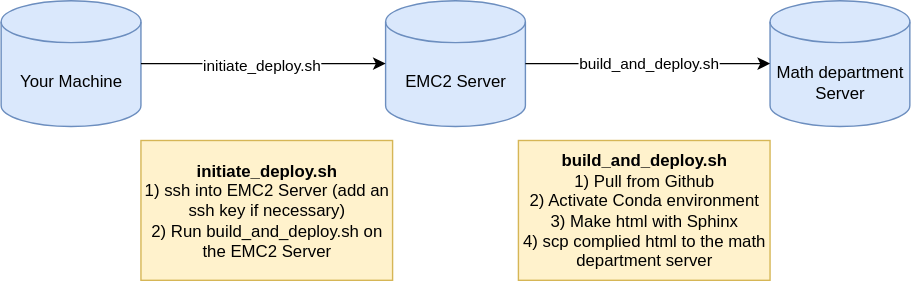
The draw.io diagram config/deployment.svg in millerk22/emc2-labs, before a commit. Source tidied: cells renumbered, new cells last; positions are measured from the earlier drawing's top-left corner, leaving out a move shared by most shapes. Its diagram source:
```xml
<mxGraphModel>
  <root>
    <mxCell id="0" />
    <mxCell id="1" parent="0" />
    <mxCell id="2" value="Math department Server" style="shape=cylinder3;whiteSpace=wrap;html=1;boundedLbl=1;backgroundOutline=1;size=15;fillColor=#dae8fc;strokeColor=#6c8ebf;" parent="1" vertex="1">
      <mxGeometry x="550" width="100" height="90" as="geometry" />
    </mxCell>
    <mxCell id="3" value="EMC2 Server" style="shape=cylinder3;whiteSpace=wrap;html=1;boundedLbl=1;backgroundOutline=1;size=15;fillColor=#dae8fc;strokeColor=#6c8ebf;" parent="1" vertex="1">
      <mxGeometry x="275" width="100" height="90" as="geometry" />
    </mxCell>
    <mxCell id="4" value="Your Machine" style="shape=cylinder3;whiteSpace=wrap;html=1;boundedLbl=1;backgroundOutline=1;size=15;fillColor=#dae8fc;strokeColor=#6c8ebf;" parent="1" vertex="1">
      <mxGeometry width="100" height="90" as="geometry" />
    </mxCell>
    <mxCell id="5" style="endArrow=classic;html=1;rounded=0;" parent="1" edge="1" source="4" target="3">
      <mxGeometry relative="1" as="geometry" />
    </mxCell>
    <mxCell id="6" value="initiate_deploy.sh" style="edgeLabel;html=1;align=center;verticalAlign=middle;" parent="5" vertex="1">
      <mxGeometry x="-0.03" relative="1" as="geometry" />
    </mxCell>
    <mxCell id="7" value="build_and_deploy.sh" style="endArrow=classic;html=1;rounded=0;" parent="1" edge="1" source="3" target="2">
      <mxGeometry relative="1" as="geometry" />
    </mxCell>
    <mxCell id="8" value="&lt;div&gt;&lt;b&gt;initiate_deploy.sh&lt;/b&gt;&lt;/div&gt;1) ssh into EMC2 Server&amp;nbsp;&lt;span style=&quot;background-color: transparent; color: light-dark(rgb(0, 0, 0), rgb(255, 255, 255));&quot;&gt;(add an ssh key if necessary)&lt;/span&gt;&lt;div&gt;2) Run build_and_deploy.sh on the EMC2 Server&lt;/div&gt;" style="rounded=0;whiteSpace=wrap;html=1;fillColor=#fff2cc;strokeColor=#d6b656;" parent="1" vertex="1">
      <mxGeometry x="100" y="100" width="180" height="100" as="geometry" />
    </mxCell>
    <mxCell id="9" value="&lt;div&gt;&lt;b style=&quot;&quot;&gt;build_and_deploy.sh&lt;/b&gt;&lt;/div&gt;&lt;div&gt;1) Pull from Github&lt;/div&gt;2) Activate Conda environment&lt;div&gt;3) Make html with Sphinx&lt;/div&gt;&lt;div&gt;4) scp complied html to the math department server&lt;/div&gt;" style="rounded=0;whiteSpace=wrap;html=1;fillColor=#fff2cc;strokeColor=#d6b656;" parent="1" vertex="1">
      <mxGeometry x="370" y="100" width="180" height="100" as="geometry" />
    </mxCell>
  </root>
</mxGraphModel>
```
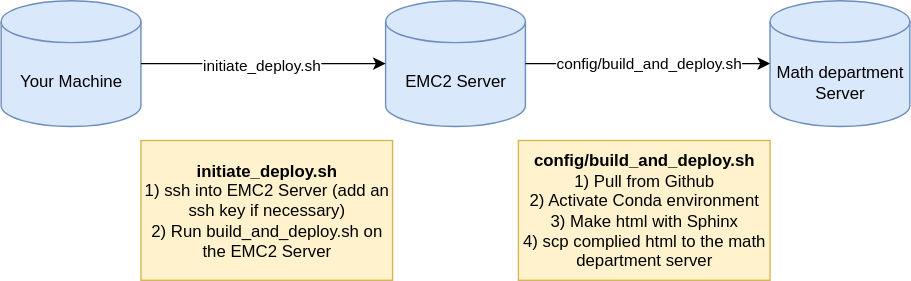
The same diagram one commit later.

What changed in the source:
```diff
@@ -17,13 +17,13 @@
     <mxCell id="6" value="initiate_deploy.sh" style="edgeLabel;html=1;align=center;verticalAlign=middle;" parent="5" vertex="1">
       <mxGeometry x="-0.03" relative="1" as="geometry" />
     </mxCell>
-    <mxCell id="7" value="build_and_deploy.sh" style="endArrow=classic;html=1;rounded=0;" parent="1" edge="1" source="3" target="2">
+    <mxCell id="7" value="config/build_and_deploy.sh" style="endArrow=classic;html=1;rounded=0;" parent="1" edge="1" source="3" target="2">
       <mxGeometry relative="1" as="geometry" />
     </mxCell>
     <mxCell id="8" value="&lt;div&gt;&lt;b&gt;initiate_deploy.sh&lt;/b&gt;&lt;/div&gt;1) ssh into EMC2 Server&amp;nbsp;&lt;span style=&quot;background-color: transparent; color: light-dark(rgb(0, 0, 0), rgb(255, 255, 255));&quot;&gt;(add an ssh key if necessary)&lt;/span&gt;&lt;div&gt;2) Run build_and_deploy.sh on the EMC2 Server&lt;/div&gt;" style="rounded=0;whiteSpace=wrap;html=1;fillColor=#fff2cc;strokeColor=#d6b656;" parent="1" vertex="1">
       <mxGeometry x="100" y="100" width="180" height="100" as="geometry" />
     </mxCell>
-    <mxCell id="9" value="&lt;div&gt;&lt;b style=&quot;&quot;&gt;build_and_deploy.sh&lt;/b&gt;&lt;/div&gt;&lt;div&gt;1) Pull from Github&lt;/div&gt;2) Activate Conda environment&lt;div&gt;3) Make html with Sphinx&lt;/div&gt;&lt;div&gt;4) scp complied html to the math department server&lt;/div&gt;" style="rounded=0;whiteSpace=wrap;html=1;fillColor=#fff2cc;strokeColor=#d6b656;" parent="1" vertex="1">
+    <mxCell id="9" value="&lt;div&gt;&lt;b style=&quot;&quot;&gt;config/build_and_deploy.sh&lt;/b&gt;&lt;/div&gt;&lt;div&gt;1) Pull from Github&lt;/div&gt;2) Activate Conda environment&lt;div&gt;3) Make html with Sphinx&lt;/div&gt;&lt;div&gt;4) scp complied html to the math department server&lt;/div&gt;" style="rounded=0;whiteSpace=wrap;html=1;fillColor=#fff2cc;strokeColor=#d6b656;" parent="1" vertex="1">
       <mxGeometry x="370" y="100" width="180" height="100" as="geometry" />
     </mxCell>
   </root>
```
